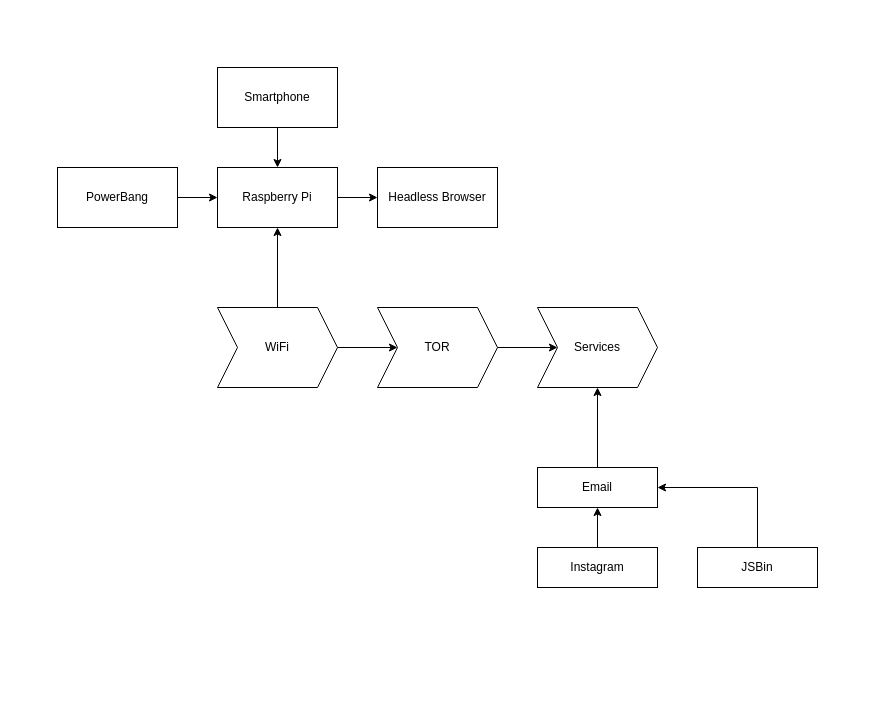
Earlier version of the draw.io diagram Untitled Diagram.drawio (rageofaxe/ecse). Source tidied: cells renumbered, new cells numbered last; positions are measured from the earlier drawing's top-left corner, leaving out a move shared by most shapes. Both pictures are drawn from the tidied source at 100%, with x=0, y=0 at pixel (57, 67).
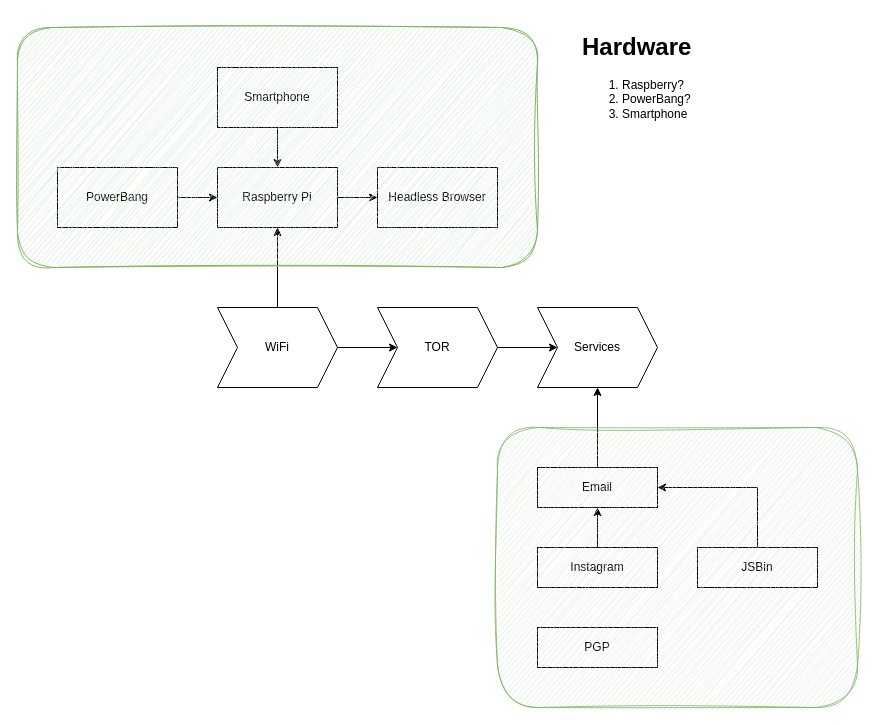
After the change.

The edit, as a diff of the source:
```diff
@@
+    <mxCell id="21" value="PGP" style="rounded=0;whiteSpace=wrap;html=1;" parent="1" vertex="1">
+      <mxGeometry x="480" y="560" width="120" height="40" as="geometry" />
+    </mxCell>
+    <mxCell id="22" style="rounded=1;whiteSpace=wrap;html=1;fillColor=#d5e8d4;strokeColor=#82b366;sketch=1;curveFitting=1;jiggle=2;opacity=80;" parent="1" vertex="1">
+      <mxGeometry x="440" y="360" width="360" height="280" as="geometry" />
+    </mxCell>
+    <mxCell id="23" style="rounded=1;whiteSpace=wrap;html=1;sketch=1;curveFitting=1;jiggle=2;fillColor=#d5e8d4;strokeColor=#82b366;glass=0;" parent="1" vertex="1">
+      <mxGeometry x="-40" y="-40" width="520" height="240" as="geometry" />
+    </mxCell>
+    <mxCell id="24" value="&lt;h1&gt;Hardware&lt;/h1&gt;&lt;p&gt;&lt;/p&gt;&lt;ol&gt;&lt;li&gt;Raspberry?&lt;/li&gt;&lt;li&gt;PowerBang?&lt;/li&gt;&lt;li&gt;Smartphone&lt;/li&gt;&lt;/ol&gt;&lt;p&gt;&lt;/p&gt;" style="text;html=1;strokeColor=none;fillColor=none;spacing=5;spacingTop=-20;whiteSpace=wrap;overflow=hidden;rounded=0;" parent="1" vertex="1">
+      <mxGeometry x="520" y="-40" width="190" height="120" as="geometry" />
+    </mxCell>
```
